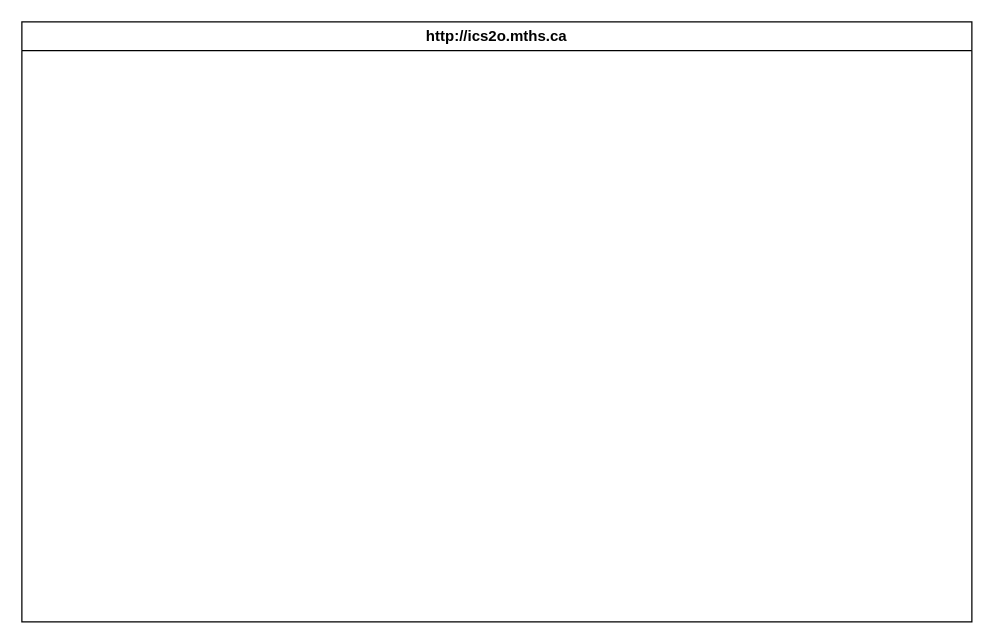
Before: design/storyboard.drawio in MTHS-ICD2O-1-2023/ICD2O-Unit-3-02-Hames-al-sharoa, a draw.io diagram. Source tidied: cells renumbered, new cells numbered last; positions are measured from the earlier drawing's top-left corner, leaving out a move shared by most shapes. Both pictures are drawn from the tidied source at 125%, with x=0, y=0 at pixel (21, 21).
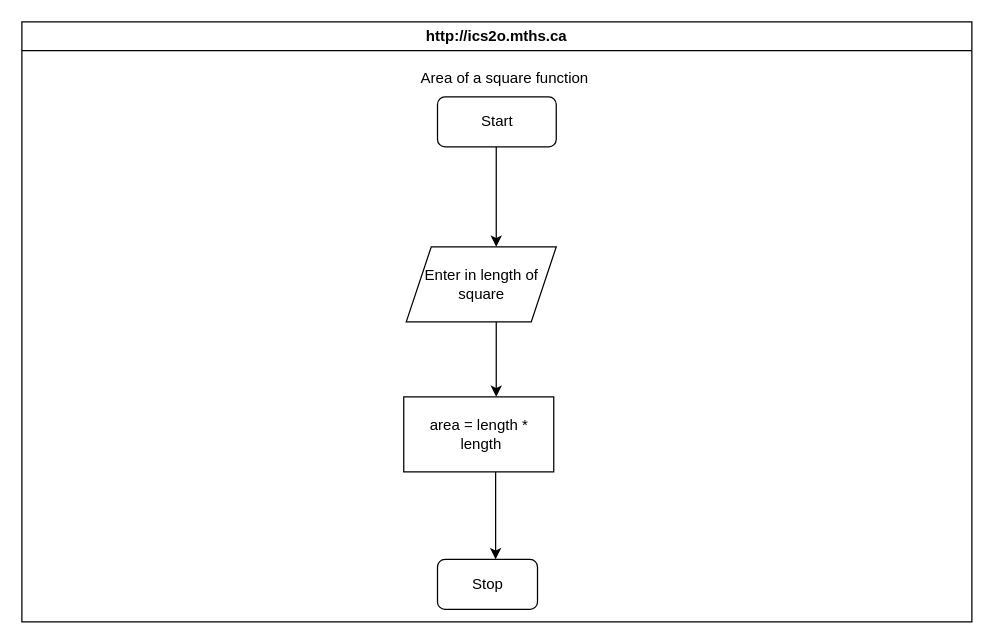
Above is the later version.

Diff of the diagram source:
```diff
@@
 <mxGraphModel>
   <root>
     <mxCell id="0" />
     <mxCell id="1" parent="0" />
     <mxCell id="2" value="http://ics2o.mths.ca" style="swimlane;whiteSpace=wrap;html=1;" parent="1" vertex="1">
       <mxGeometry width="760" height="480" as="geometry" />
     </mxCell>
+    <mxCell id="3" value="Area of a square function" style="text;html=1;align=center;verticalAlign=middle;strokeColor=none;fillColor=none;" parent="2" vertex="1">
+      <mxGeometry x="305.5" y="30" width="160" height="30" as="geometry" />
+    </mxCell>
+    <mxCell id="4" value="Start" style="rounded=1;whiteSpace=wrap;html=1;" parent="2" vertex="1">
+      <mxGeometry x="332.5" y="60" width="95" height="40" as="geometry" />
+    </mxCell>
+    <mxCell id="5" style="edgeStyle=none;orthogonalLoop=1;jettySize=auto;html=1;" parent="2" edge="1">
+      <mxGeometry relative="1" as="geometry">
+        <mxPoint x="379.5" y="100" as="sourcePoint" />
+        <mxPoint x="379.5" y="180" as="targetPoint" />
+      </mxGeometry>
+    </mxCell>
+    <mxCell id="6" value="Enter in length of square" style="shape=parallelogram;perimeter=parallelogramPerimeter;whiteSpace=wrap;html=1;fixedSize=1;" parent="2" vertex="1">
+      <mxGeometry x="307.5" y="180" width="120" height="60" as="geometry" />
+    </mxCell>
+    <mxCell id="7" style="edgeStyle=none;orthogonalLoop=1;jettySize=auto;html=1;" parent="2" edge="1">
+      <mxGeometry relative="1" as="geometry">
+        <mxPoint x="379.5" y="240" as="sourcePoint" />
+        <mxPoint x="379.5" y="300" as="targetPoint" />
+      </mxGeometry>
+    </mxCell>
+    <mxCell id="8" value="area = length *&lt;br&gt;&amp;nbsp;length" style="whiteSpace=wrap;html=1;" parent="2" vertex="1">
+      <mxGeometry x="305.5" y="300" width="120" height="60" as="geometry" />
+    </mxCell>
+    <mxCell id="9" style="edgeStyle=none;orthogonalLoop=1;jettySize=auto;html=1;" parent="2" edge="1">
+      <mxGeometry relative="1" as="geometry">
+        <mxPoint x="379" y="360" as="sourcePoint" />
+        <mxPoint x="379" y="430" as="targetPoint" />
+      </mxGeometry>
+    </mxCell>
+    <mxCell id="10" value="Stop" style="rounded=1;whiteSpace=wrap;html=1;" parent="2" vertex="1">
+      <mxGeometry x="332.5" y="430" width="80" height="40" as="geometry" />
+    </mxCell>
   </root>
 </mxGraphModel>
```
